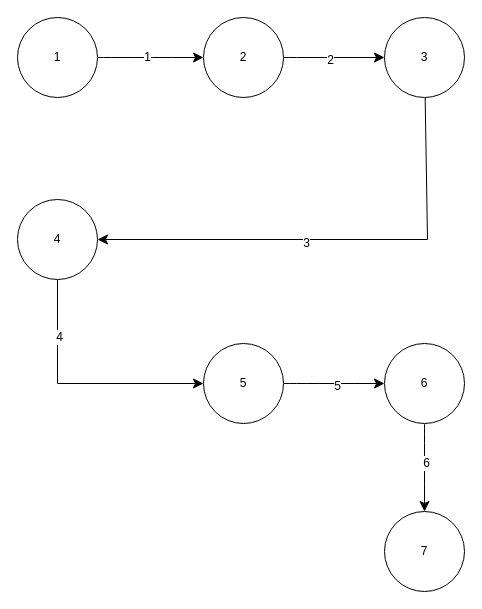
This is page "Landing Page" (1 of 5) of white box.drawio from AmirRazer/DrawIoErd, a draw.io file, before an edit. Source tidied: cells renumbered, new cells numbered last; positions are measured from the earlier drawing's top-left corner, leaving out a move shared by most shapes. Both pictures are drawn from the tidied source at 100%, with x=0, y=0 at pixel (17, 17).
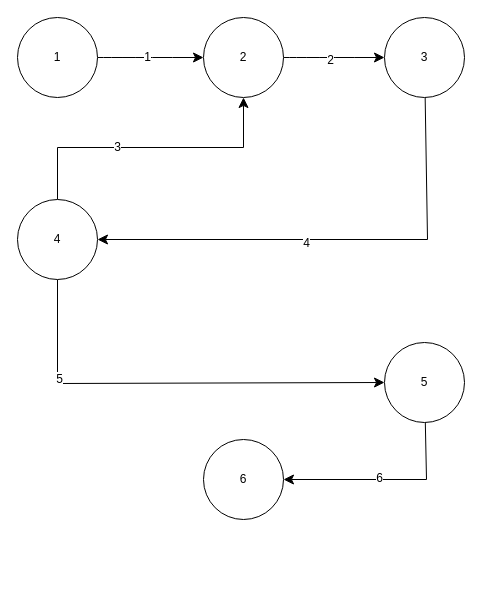
The same diagram, later.

The change refers to these unchanged cells:
```xml
<mxCell id="7" value="2" style="ellipse;whiteSpace=wrap;html=1;" parent="1" vertex="1">
  <mxGeometry x="186" width="80" height="80" as="geometry" />
</mxCell>
<mxCell id="8" style="edgeStyle=none;curved=0;rounded=0;jettySize=auto;html=1;entryX=1;entryY=0.5;entryDx=0;entryDy=0;fontSize=12;startSize=8;endSize=8;" parent="1" edge="1" source="10" target="13">
  <mxGeometry relative="1" as="geometry">
    <Array as="points">
      <mxPoint x="410" y="222" />
    </Array>
  </mxGeometry>
</mxCell>
<mxCell id="11" style="edgeStyle=none;curved=0;rounded=0;jettySize=auto;html=1;entryX=0;entryY=0.5;entryDx=0;entryDy=0;fontSize=12;startSize=8;endSize=8;" parent="1" edge="1" source="13" target="16">
  <mxGeometry relative="1" as="geometry">
    <Array as="points">
      <mxPoint x="40" y="366" />
    </Array>
  </mxGeometry>
</mxCell>
<mxCell id="13" value="4" style="ellipse;whiteSpace=wrap;html=1;" parent="1" vertex="1">
  <mxGeometry y="182" width="80" height="80" as="geometry" />
</mxCell>
```

The edit, as a diff of the source:
```diff
@@
-    <mxCell id="9" value="3" style="edgeLabel;html=1;align=center;verticalAlign=middle;fontSize=12;" parent="8" vertex="1">
+    <mxCell id="9" value="4" style="edgeLabel;html=1;align=center;verticalAlign=middle;fontSize=12;" parent="8" vertex="1">
       <mxGeometry x="0.12" y="3" relative="1" as="geometry" />
     </mxCell>
@@
-    <mxCell id="12" value="4" style="edgeLabel;html=1;align=center;verticalAlign=middle;fontSize=12;" parent="11" vertex="1">
+    <mxCell id="12" value="5" style="edgeLabel;html=1;align=center;verticalAlign=middle;fontSize=12;" parent="11" vertex="1">
       <mxGeometry x="-0.54" y="1" relative="1" as="geometry" />
     </mxCell>
+    <mxCell id="21" style="edgeStyle=none;curved=0;rounded=0;jettySize=auto;html=1;fontSize=12;startSize=8;endSize=8;entryX=0.5;entryY=1;entryDx=0;entryDy=0;" parent="1" edge="1" source="13" target="7">
+      <mxGeometry relative="1" as="geometry">
+        <Array as="points">
+          <mxPoint x="40" y="130" />
+          <mxPoint x="226" y="130" />
+        </Array>
+      </mxGeometry>
+    </mxCell>
+    <mxCell id="22" value="3" style="edgeLabel;html=1;align=center;verticalAlign=middle;fontSize=12;" parent="21" vertex="1">
+      <mxGeometry x="-0.23" y="1" relative="1" as="geometry" />
+    </mxCell>
@@
-    <mxCell id="14" style="edgeStyle=none;curved=1;rounded=0;jettySize=auto;html=1;fontSize=12;startSize=8;endSize=8;" parent="1" edge="1" source="16" target="19">
-      <mxGeometry relative="1" as="geometry" />
+    <mxCell id="14" style="edgeStyle=none;curved=0;rounded=0;jettySize=auto;html=1;fontSize=12;startSize=8;endSize=8;" parent="1" edge="1" source="16" target="19">
+      <mxGeometry relative="1" as="geometry">
+        <Array as="points">
+          <mxPoint x="409" y="462" />
+        </Array>
+      </mxGeometry>
     </mxCell>
-    <mxCell id="15" value="5" style="edgeLabel;html=1;align=center;verticalAlign=middle;fontSize=12;" parent="14" vertex="1">
+    <mxCell id="15" value="6" style="edgeLabel;html=1;align=center;verticalAlign=middle;fontSize=12;" parent="14" vertex="1">
       <mxGeometry x="0.05" y="-2" relative="1" as="geometry" />
     </mxCell>
     <mxCell id="16" value="5" style="ellipse;whiteSpace=wrap;html=1;" parent="1" vertex="1">
-      <mxGeometry x="186" y="326" width="80" height="80" as="geometry" />
+      <mxGeometry x="367" y="325" width="80" height="80" as="geometry" />
     </mxCell>
-    <mxCell id="17" style="edgeStyle=none;curved=1;rounded=0;jettySize=auto;html=1;fontSize=12;startSize=8;endSize=8;" parent="1" edge="1" source="19" target="20">
-      <mxGeometry relative="1" as="geometry" />
-    </mxCell>
-    <mxCell id="18" value="6" style="edgeLabel;html=1;align=center;verticalAlign=middle;fontSize=12;" parent="17" vertex="1">
-      <mxGeometry x="-0.12" y="1" relative="1" as="geometry" />
-    </mxCell>
     <mxCell id="19" value="6" style="ellipse;whiteSpace=wrap;html=1;" parent="1" vertex="1">
-      <mxGeometry x="367" y="326" width="80" height="80" as="geometry" />
+      <mxGeometry x="186" y="422" width="80" height="80" as="geometry" />
     </mxCell>
-    <mxCell id="20" value="7" style="ellipse;whiteSpace=wrap;html=1;" parent="1" vertex="1">
-      <mxGeometry x="367" y="494" width="80" height="80" as="geometry" />
-    </mxCell>
```
